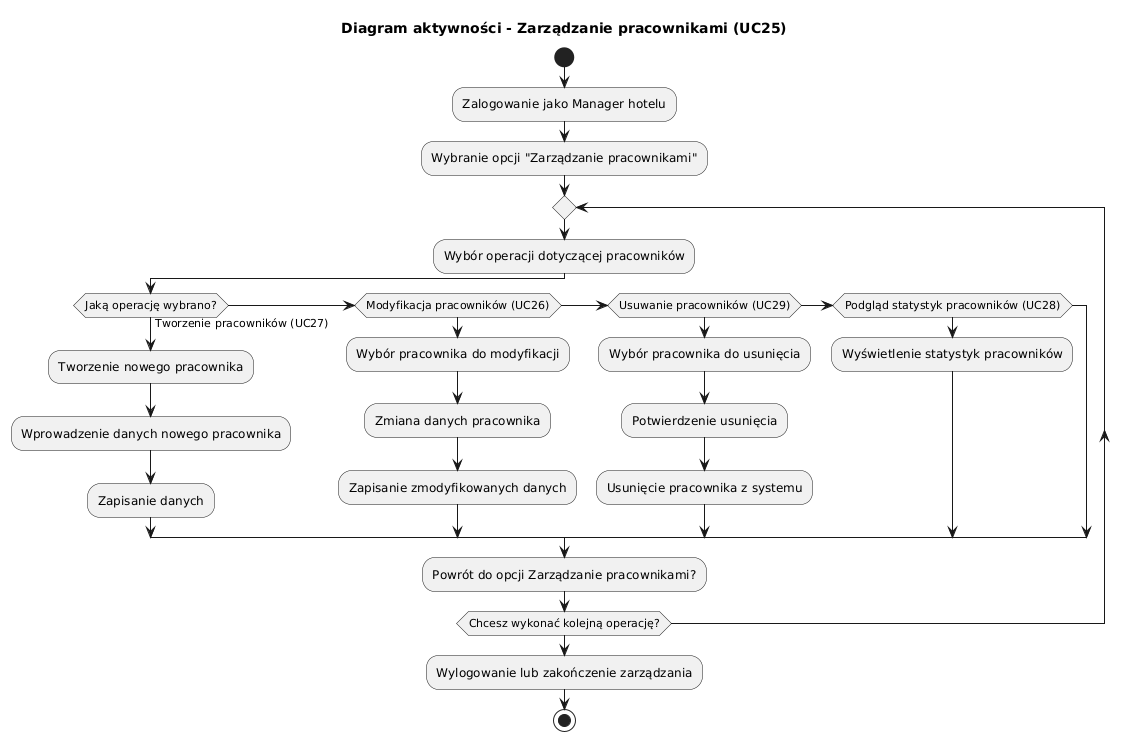
UR-INF/24-25-pz-inf-l3_g1_km keeps this PlantUML diagram as uml/activityDiagram_workersManagement.png. Above is the earlier version.
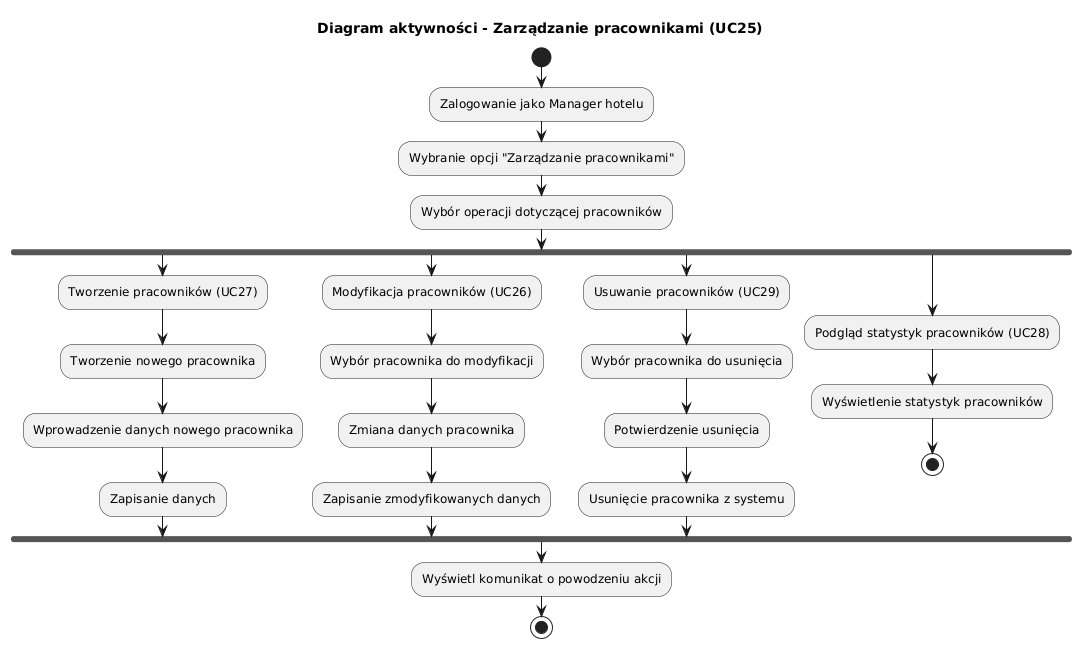
After the change.

Commit message:
activity diagram fix v2

What changed in the source:
```diff
@@ -6,32 +6,30 @@
 :Zalogowanie jako Manager hotelu;
 :Wybranie opcji "Zarządzanie pracownikami";
 
-repeat
-  :Wybór operacji dotyczącej pracowników;
+:Wybór operacji dotyczącej pracowników;
 
-  if (Jaką operację wybrano?) then (Tworzenie pracowników (UC27))
+fork
+    :Tworzenie pracowników (UC27);
     :Tworzenie nowego pracownika;
     :Wprowadzenie danych nowego pracownika;
     :Zapisanie danych;
-
-  elseif (Modyfikacja pracowników (UC26))
+fork again
+    :Modyfikacja pracowników (UC26);
     :Wybór pracownika do modyfikacji;
     :Zmiana danych pracownika;
     :Zapisanie zmodyfikowanych danych;
-
-  elseif (Usuwanie pracowników (UC29))
+fork again
+    :Usuwanie pracowników (UC29);
     :Wybór pracownika do usunięcia;
     :Potwierdzenie usunięcia;
     :Usunięcie pracownika z systemu;
+fork again
+    :Podgląd statystyk pracowników (UC28);
+    :Wyświetlenie statystyk pracowników;
+    stop
+end fork
 
-  elseif (Podgląd statystyk pracowników (UC28))
-    :Wyświetlenie statystyk pracowników;
-  endif
-
-  :Powrót do opcji Zarządzanie pracownikami?;
-repeat while (Chcesz wykonać kolejną operację?)
-
-:Wylogowanie lub zakończenie zarządzania;
+:Wyświetl komunikat o powodzeniu akcji;
 
 stop
 @enduml
```
